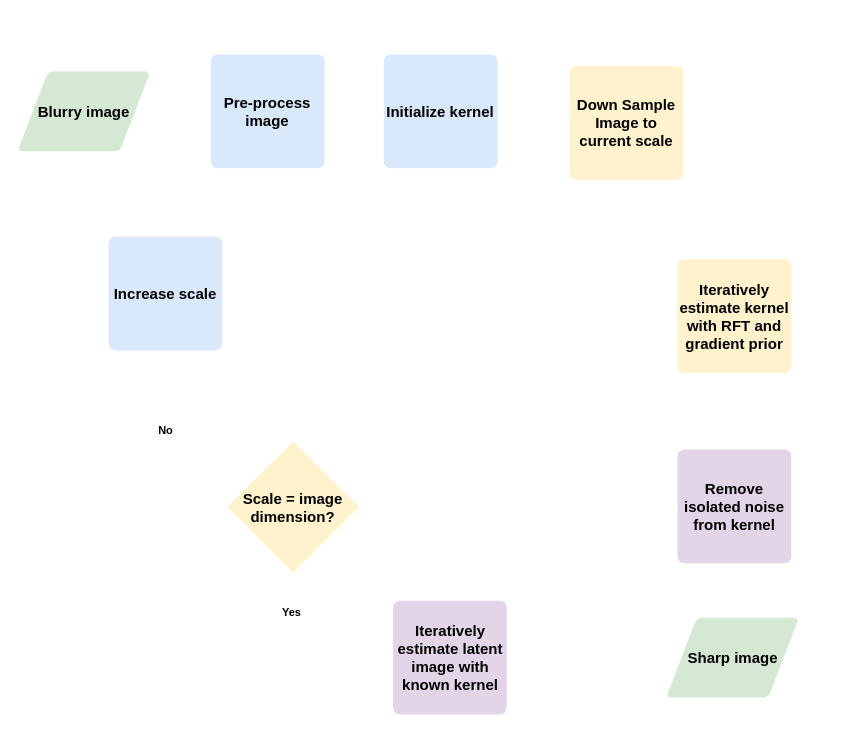
Above: Untitled Diagram.drawio in Metalicana/Blind-Image-Deblurring-using-FFT-ReLU-with-Deep-Learning-Pipeline-Integration (draw.io), before the change. Source tidied: cells renumbered, new cells numbered last; positions are measured from the earlier drawing's top-left corner, leaving out a move shared by most shapes. Both pictures are drawn from the tidied source at 100%, with x=0, y=0 at pixel (17, 54).
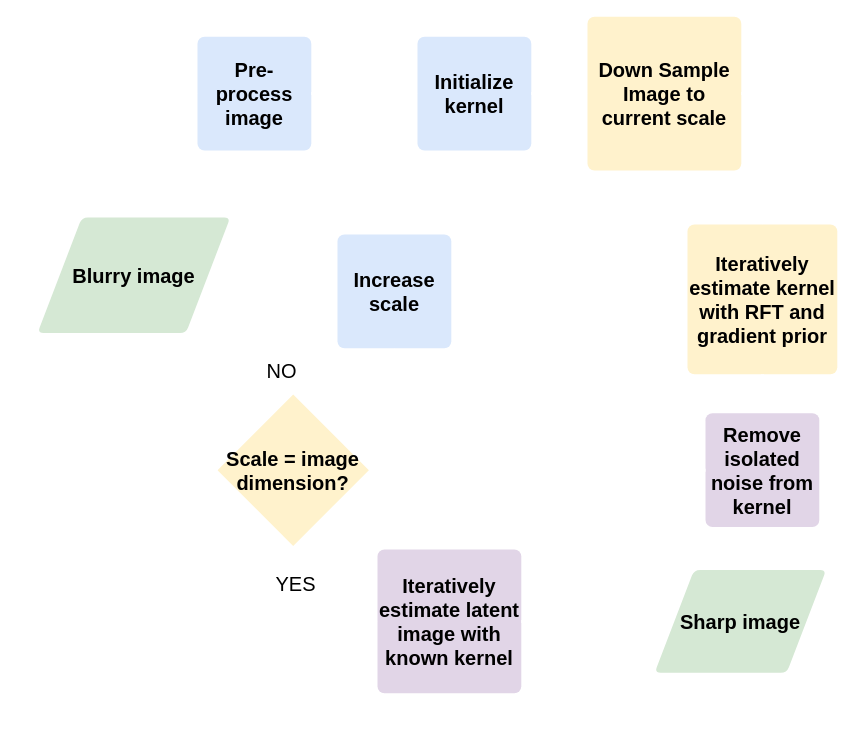
The same page after the edit.

Unchanged cells that the change refers to:
```xml
<mxCell id="17" style="edgeStyle=orthogonalEdgeStyle;rounded=0;jettySize=auto;html=1;exitX=0;exitY=0.5;exitDx=0;exitDy=0;exitPerimeter=0;strokeWidth=3;strokeColor=#FFFFFF;" parent="1" edge="1" source="13" target="16">
  <mxGeometry relative="1" as="geometry" />
</mxCell>
<mxCell id="20" style="edgeStyle=orthogonalEdgeStyle;rounded=0;jettySize=auto;html=1;exitX=0.5;exitY=1;exitDx=0;exitDy=0;exitPerimeter=0;entryX=0;entryY=0.5;entryDx=0;entryDy=0;strokeWidth=3;fontStyle=1;strokeColor=#FFFFFF;" parent="1" edge="1" source="13" target="19">
  <mxGeometry relative="1" as="geometry" />
</mxCell>
```

Diff of the diagram source:
```diff
@@
-    <mxCell id="2" value="&lt;b&gt;&lt;font style=&quot;font-size: 15px;&quot;&gt;Pre-process image&lt;/font&gt;&lt;/b&gt;" style="rounded=1;whiteSpace=wrap;html=1;absoluteArcSize=1;arcSize=14;strokeWidth=2;strokeColor=none;fillColor=#dae8fc;" parent="1" vertex="1">
-      <mxGeometry x="193.4" width="113.8" height="113.8" as="geometry" />
+    <mxCell id="2" value="&lt;b&gt;&lt;font style=&quot;font-size: 20px;&quot;&gt;Pre-process image&lt;/font&gt;&lt;/b&gt;" style="rounded=1;whiteSpace=wrap;html=1;absoluteArcSize=1;arcSize=14;strokeWidth=2;strokeColor=none;fillColor=#dae8fc;" parent="1" vertex="1">
+      <mxGeometry x="180" y="-17.8" width="113.8" height="113.8" as="geometry" />
     </mxCell>
-    <mxCell id="3" value="&lt;b&gt;&lt;font style=&quot;font-size: 15px;&quot;&gt;Initialize kernel&lt;/font&gt;&lt;/b&gt;" style="rounded=1;whiteSpace=wrap;html=1;absoluteArcSize=1;arcSize=14;strokeWidth=2;strokeColor=none;fillColor=#dae8fc;" parent="1" vertex="1">
-      <mxGeometry x="366.3" width="113.8" height="113.8" as="geometry" />
+    <mxCell id="3" value="&lt;b&gt;&lt;font style=&quot;font-size: 20px;&quot;&gt;Initialize kernel&lt;/font&gt;&lt;/b&gt;" style="rounded=1;whiteSpace=wrap;html=1;absoluteArcSize=1;arcSize=14;strokeWidth=2;strokeColor=none;fillColor=#dae8fc;" parent="1" vertex="1">
+      <mxGeometry x="400" y="-17.8" width="113.8" height="113.8" as="geometry" />
     </mxCell>
@@
-    <mxCell id="5" value="&lt;b&gt;&lt;font style=&quot;font-size: 15px;&quot;&gt;Down Sample Image to current scale&lt;/font&gt;&lt;/b&gt;" style="rounded=1;whiteSpace=wrap;html=1;absoluteArcSize=1;arcSize=14;strokeWidth=2;strokeColor=none;fillColor=#fff2cc;" parent="1" vertex="1">
-      <mxGeometry x="552.2" y="11.4" width="113.8" height="113.8" as="geometry" />
+    <mxCell id="5" value="&lt;b&gt;&lt;font style=&quot;font-size: 20px;&quot;&gt;Down Sample Image to current scale&lt;/font&gt;&lt;/b&gt;" style="rounded=1;whiteSpace=wrap;html=1;absoluteArcSize=1;arcSize=14;strokeWidth=2;strokeColor=none;fillColor=#fff2cc;" parent="1" vertex="1">
+      <mxGeometry x="570" y="-37.8" width="153.8" height="153.8" as="geometry" />
     </mxCell>
@@
-    <mxCell id="7" value="&lt;b&gt;&lt;font style=&quot;font-size: 15px;&quot;&gt;Blurry image&lt;/font&gt;&lt;/b&gt;" style="shape=parallelogram;html=1;strokeWidth=2;perimeter=parallelogramPerimeter;whiteSpace=wrap;rounded=1;arcSize=12;size=0.23;strokeColor=none;fillColor=#d5e8d4;" parent="1" vertex="1">
-      <mxGeometry y="17.1" width="132.8" height="79.7" as="geometry" />
+    <mxCell id="7" value="&lt;b&gt;&lt;font style=&quot;font-size: 20px;&quot;&gt;Blurry image&lt;/font&gt;&lt;/b&gt;" style="shape=parallelogram;html=1;strokeWidth=2;perimeter=parallelogramPerimeter;whiteSpace=wrap;rounded=1;arcSize=12;size=0.23;strokeColor=none;fillColor=#d5e8d4;" parent="1" vertex="1">
+      <mxGeometry x="20" y="162.9" width="192.8" height="115.7" as="geometry" />
     </mxCell>
-    <mxCell id="8" style="edgeStyle=orthogonalEdgeStyle;rounded=0;jettySize=auto;html=1;entryX=0.03;entryY=0.402;entryDx=0;entryDy=0;entryPerimeter=0;strokeWidth=3;strokeColor=#FFFFFF;" parent="1" edge="1" source="3" target="5">
+    <mxCell id="8" style="edgeStyle=orthogonalEdgeStyle;rounded=0;jettySize=auto;html=1;entryX=0;entryY=0.5;entryDx=0;entryDy=0;strokeWidth=3;strokeColor=#FFFFFF;" parent="1" edge="1" source="3" target="5">
       <mxGeometry relative="1" as="geometry" />
     </mxCell>
-    <mxCell id="9" value="&lt;b&gt;&lt;font style=&quot;font-size: 15px;&quot;&gt;Iteratively estimate kernel with RFT and gradient prior&lt;/font&gt;&lt;/b&gt;" style="rounded=1;whiteSpace=wrap;html=1;absoluteArcSize=1;arcSize=14;strokeWidth=2;strokeColor=none;fillColor=#fff2cc;" parent="1" vertex="1">
-      <mxGeometry x="660" y="204.8" width="113.8" height="113.8" as="geometry" />
+    <mxCell id="9" value="&lt;b&gt;&lt;font style=&quot;font-size: 20px;&quot;&gt;Iteratively estimate kernel with RFT and gradient prior&lt;/font&gt;&lt;/b&gt;" style="rounded=1;whiteSpace=wrap;html=1;absoluteArcSize=1;arcSize=14;strokeWidth=2;strokeColor=none;fillColor=#fff2cc;" parent="1" vertex="1">
+      <mxGeometry x="670" y="170" width="149.8" height="149.8" as="geometry" />
     </mxCell>
@@
-    <mxCell id="11" value="&lt;b&gt;&lt;font style=&quot;font-size: 15px;&quot;&gt;Remove isolated noise from kernel&lt;/font&gt;&lt;/b&gt;" style="rounded=1;whiteSpace=wrap;html=1;absoluteArcSize=1;arcSize=14;strokeWidth=2;strokeColor=none;fillColor=#e1d5e7;" parent="1" vertex="1">
-      <mxGeometry x="660" y="394.9" width="113.8" height="113.8" as="geometry" />
+    <mxCell id="11" value="&lt;b&gt;&lt;font style=&quot;font-size: 20px;&quot;&gt;Remove isolated noise from kernel&lt;/font&gt;&lt;/b&gt;" style="rounded=1;whiteSpace=wrap;html=1;absoluteArcSize=1;arcSize=14;strokeWidth=2;strokeColor=none;fillColor=#e1d5e7;" parent="1" vertex="1">
+      <mxGeometry x="688" y="358.8" width="113.8" height="113.8" as="geometry" />
     </mxCell>
@@
-    <mxCell id="13" value="&lt;b&gt;&lt;font style=&quot;font-size: 15px;&quot;&gt;Scale = image dimension?&lt;/font&gt;&lt;/b&gt;" style="strokeWidth=2;html=1;shape=mxgraph.flowchart.decision;whiteSpace=wrap;strokeColor=none;fillColor=#fff2cc;" parent="1" vertex="1">
-      <mxGeometry x="210" y="386.9" width="131.4" height="131.4" as="geometry" />
+    <mxCell id="13" value="&lt;b&gt;&lt;font style=&quot;font-size: 20px;&quot;&gt;Scale = image dimension?&lt;/font&gt;&lt;/b&gt;" style="strokeWidth=2;html=1;shape=mxgraph.flowchart.decision;whiteSpace=wrap;strokeColor=none;fillColor=#fff2cc;" parent="1" vertex="1">
+      <mxGeometry x="200" y="340" width="151.4" height="151.4" as="geometry" />
     </mxCell>
@@
-    <mxCell id="16" value="&lt;b&gt;&lt;font style=&quot;font-size: 15px;&quot;&gt;Increase scale&lt;/font&gt;&lt;/b&gt;" style="rounded=1;whiteSpace=wrap;html=1;absoluteArcSize=1;arcSize=14;strokeWidth=2;strokeColor=none;fillColor=#dae8fc;" parent="1" vertex="1">
-      <mxGeometry x="91" y="182.1" width="113.8" height="113.8" as="geometry" />
+    <mxCell id="16" value="&lt;b&gt;&lt;font style=&quot;font-size: 20px;&quot;&gt;Increase scale&lt;/font&gt;&lt;/b&gt;" style="rounded=1;whiteSpace=wrap;html=1;absoluteArcSize=1;arcSize=14;strokeWidth=2;strokeColor=none;fillColor=#dae8fc;" parent="1" vertex="1">
+      <mxGeometry x="320" y="180" width="113.8" height="113.8" as="geometry" />
     </mxCell>
@@
-    <mxCell id="18" value="No" style="edgeLabel;html=1;align=center;verticalAlign=middle;fontStyle=1;" parent="17" vertex="1">
-      <mxGeometry x="0.27" relative="1" as="geometry" />
-    </mxCell>
+    <mxCell id="24" value="&lt;font style=&quot;font-size: 20px;&quot;&gt;NO&lt;/font&gt;" style="edgeLabel;html=1;align=center;verticalAlign=middle;" parent="17" vertex="1">
+      <mxGeometry x="0.19" y="1" relative="1" as="geometry" />
+    </mxCell>
-    <mxCell id="19" value="&lt;b&gt;&lt;font style=&quot;font-size: 15px;&quot;&gt;Iteratively estimate latent image with known kernel&lt;/font&gt;&lt;/b&gt;" style="rounded=1;whiteSpace=wrap;html=1;absoluteArcSize=1;arcSize=14;strokeWidth=2;strokeColor=none;fillColor=#e1d5e7;" parent="1" vertex="1">
-      <mxGeometry x="375.5" y="546.2" width="113.8" height="113.8" as="geometry" />
+    <mxCell id="19" value="&lt;b&gt;&lt;font style=&quot;font-size: 20px;&quot;&gt;Iteratively estimate latent image with known kernel&lt;/font&gt;&lt;/b&gt;" style="rounded=1;whiteSpace=wrap;html=1;absoluteArcSize=1;arcSize=14;strokeWidth=2;strokeColor=none;fillColor=#e1d5e7;" parent="1" vertex="1">
+      <mxGeometry x="360" y="495" width="143.8" height="143.8" as="geometry" />
     </mxCell>
@@
-    <mxCell id="21" value="Yes" style="edgeLabel;html=1;align=center;verticalAlign=middle;fontStyle=1;" parent="20" vertex="1">
-      <mxGeometry x="-0.58" y="-2" relative="1" as="geometry" />
-    </mxCell>
+    <mxCell id="25" value="&lt;font style=&quot;font-size: 20px;&quot;&gt;YES&lt;br&gt;&lt;/font&gt;" style="edgeLabel;html=1;align=center;verticalAlign=middle;" parent="20" vertex="1">
+      <mxGeometry x="-0.54" y="2" relative="1" as="geometry" />
+    </mxCell>
-    <mxCell id="22" value="&lt;b&gt;&lt;font style=&quot;font-size: 15px;&quot;&gt;Sharp image&lt;/font&gt;&lt;/b&gt;" style="shape=parallelogram;html=1;strokeWidth=2;perimeter=parallelogramPerimeter;whiteSpace=wrap;rounded=1;arcSize=12;size=0.23;strokeColor=none;fillColor=#d5e8d4;" parent="1" vertex="1">
-      <mxGeometry x="648.6" y="563.3" width="132.8" height="79.7" as="geometry" />
+    <mxCell id="22" value="&lt;b&gt;&lt;font style=&quot;font-size: 20px;&quot;&gt;Sharp image&lt;/font&gt;&lt;/b&gt;" style="shape=parallelogram;html=1;strokeWidth=2;perimeter=parallelogramPerimeter;whiteSpace=wrap;rounded=1;arcSize=12;size=0.23;strokeColor=none;fillColor=#d5e8d4;" parent="1" vertex="1">
+      <mxGeometry x="637.1" y="515.4" width="171.6" height="102.9" as="geometry" />
     </mxCell>
```
